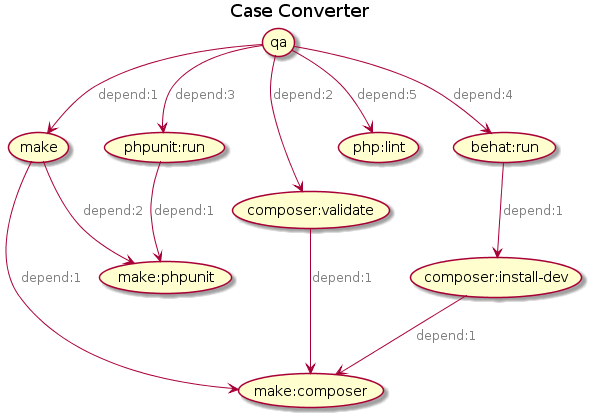
jawira/case-converter keeps this PlantUML diagram as build.png. Above is the earlier version.
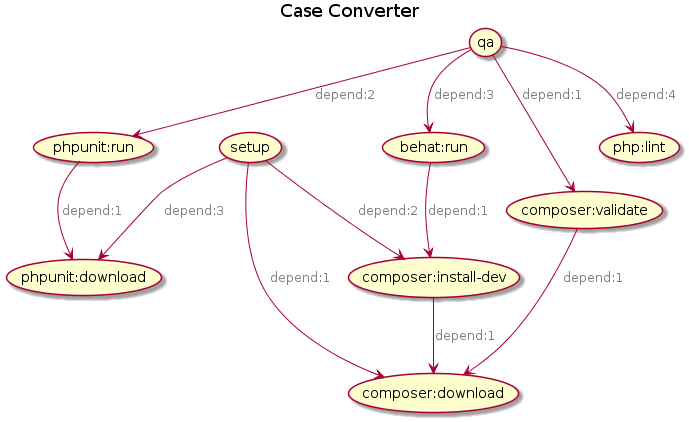
The same diagram one commit later.

What changed in the source:
```diff
@@ -2,9 +2,9 @@
 title Case Converter
 skinparam arrowFontColor Grey
 
-(make:phpunit)
-(make)
-(make:composer)
+(phpunit:download)
+(setup)
+(composer:download)
 (qa)
 (composer:validate)
 (composer:install-dev)
@@ -12,15 +12,15 @@
 (php:lint)
 (behat:run)
 
-(make) --> (make:composer) : depend:1
-(make) --> (make:phpunit) : depend:2
-(qa) --> (make) : depend:1
-(qa) --> (composer:validate) : depend:2
-(qa) --> (phpunit:run) : depend:3
-(qa) --> (behat:run) : depend:4
-(qa) --> (php:lint) : depend:5
-(composer:validate) --> (make:composer) : depend:1
-(composer:install-dev) --> (make:composer) : depend:1
-(phpunit:run) --> (make:phpunit) : depend:1
+(setup) --> (composer:download) : depend:1
+(setup) --> (composer:install-dev) : depend:2
+(setup) --> (phpunit:download) : depend:3
+(qa) --> (composer:validate) : depend:1
+(qa) --> (phpunit:run) : depend:2
+(qa) --> (behat:run) : depend:3
+(qa) --> (php:lint) : depend:4
+(composer:validate) --> (composer:download) : depend:1
+(composer:install-dev) --> (composer:download) : depend:1
+(phpunit:run) --> (phpunit:download) : depend:1
 (behat:run) --> (composer:install-dev) : depend:1
 @enduml
```
